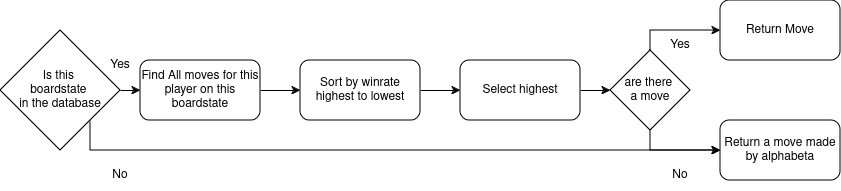
Earlier version of the draw.io export CheckersDatabase/FlowchartoverMoveAfDatabase.drawio.png (akmun23/Autonome_Robotter). Source tidied: cells renumbered, new cells last; positions are measured from the earlier drawing's top-left corner, leaving out a move shared by most shapes.
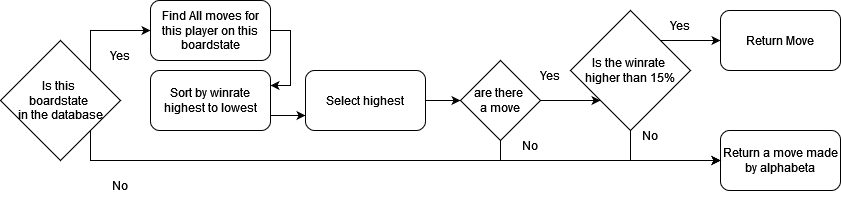
The same file after the commit.

What changed in the source:
```diff
@@ -2,32 +2,32 @@
   <root>
     <mxCell id="0" />
     <mxCell id="1" parent="0" />
-    <mxCell id="2" style="edgeStyle=orthogonalEdgeStyle;rounded=0;jettySize=auto;html=1;exitX=1;exitY=0.5;exitDx=0;exitDy=0;entryX=0;entryY=0.5;entryDx=0;entryDy=0;" parent="1" edge="1" source="3" target="5">
+    <mxCell id="2" style="edgeStyle=orthogonalEdgeStyle;rounded=0;jettySize=auto;html=1;exitX=1;exitY=0.5;exitDx=0;exitDy=0;entryX=1;entryY=0.25;entryDx=0;entryDy=0;" parent="1" edge="1" source="3" target="5">
       <mxGeometry relative="1" as="geometry" />
     </mxCell>
     <mxCell id="3" value="Find All moves for this player on this boardstate" style="rounded=1;whiteSpace=wrap;html=1;" parent="1" vertex="1">
-      <mxGeometry x="140" y="60" width="120" height="60" as="geometry" />
+      <mxGeometry x="150" y="-10" width="120" height="60" as="geometry" />
     </mxCell>
-    <mxCell id="4" style="edgeStyle=orthogonalEdgeStyle;rounded=0;jettySize=auto;html=1;exitX=1;exitY=0.5;exitDx=0;exitDy=0;entryX=0;entryY=0.5;entryDx=0;entryDy=0;" parent="1" edge="1" source="5" target="7">
+    <mxCell id="4" style="edgeStyle=orthogonalEdgeStyle;rounded=0;jettySize=auto;html=1;exitX=1;exitY=0.75;exitDx=0;exitDy=0;entryX=0;entryY=0.75;entryDx=0;entryDy=0;" parent="1" edge="1" source="5" target="7">
       <mxGeometry relative="1" as="geometry" />
     </mxCell>
     <mxCell id="5" value="Sort by winrate highest to lowest" style="rounded=1;whiteSpace=wrap;html=1;" parent="1" vertex="1">
-      <mxGeometry x="300" y="60" width="120" height="60" as="geometry" />
+      <mxGeometry x="150" y="60" width="120" height="60" as="geometry" />
     </mxCell>
     <mxCell id="6" style="edgeStyle=orthogonalEdgeStyle;rounded=0;jettySize=auto;html=1;exitX=1;exitY=0.5;exitDx=0;exitDy=0;entryX=0;entryY=0.5;entryDx=0;entryDy=0;" parent="1" edge="1" source="7" target="10">
       <mxGeometry relative="1" as="geometry" />
     </mxCell>
     <mxCell id="7" value="Select highest" style="rounded=1;whiteSpace=wrap;html=1;" parent="1" vertex="1">
-      <mxGeometry x="460" y="60" width="120" height="60" as="geometry" />
+      <mxGeometry x="305" y="60" width="120" height="60" as="geometry" />
     </mxCell>
-    <mxCell id="8" style="edgeStyle=orthogonalEdgeStyle;rounded=0;jettySize=auto;html=1;exitX=0.5;exitY=0;exitDx=0;exitDy=0;entryX=0;entryY=0.5;entryDx=0;entryDy=0;" parent="1" edge="1" source="10" target="11">
+    <mxCell id="8" style="edgeStyle=orthogonalEdgeStyle;rounded=0;jettySize=auto;html=1;exitX=1;exitY=0.5;exitDx=0;exitDy=0;entryX=0;entryY=1;entryDx=0;entryDy=0;" parent="1" edge="1" source="10" target="22">
       <mxGeometry relative="1" as="geometry" />
     </mxCell>
     <mxCell id="9" style="edgeStyle=orthogonalEdgeStyle;rounded=0;jettySize=auto;html=1;exitX=0.5;exitY=1;exitDx=0;exitDy=0;entryX=0;entryY=0.5;entryDx=0;entryDy=0;" parent="1" edge="1" source="10" target="12">
       <mxGeometry relative="1" as="geometry" />
     </mxCell>
     <mxCell id="10" value="&lt;div&gt;are there&amp;nbsp;&lt;/div&gt;&lt;div&gt;a move&lt;/div&gt;" style="rhombus;whiteSpace=wrap;html=1;" parent="1" vertex="1">
-      <mxGeometry x="610" y="50" width="80" height="80" as="geometry" />
+      <mxGeometry x="460" y="50" width="80" height="80" as="geometry" />
     </mxCell>
     <mxCell id="11" value="Return Move" style="rounded=1;whiteSpace=wrap;html=1;" parent="1" vertex="1">
       <mxGeometry x="720" width="120" height="60" as="geometry" />
@@ -35,8 +35,12 @@
     <mxCell id="12" value="Return a move made by alphabeta" style="rounded=1;whiteSpace=wrap;html=1;" parent="1" vertex="1">
       <mxGeometry x="720" y="120" width="120" height="60" as="geometry" />
     </mxCell>
-    <mxCell id="13" style="edgeStyle=orthogonalEdgeStyle;rounded=0;jettySize=auto;html=1;exitX=1;exitY=0.5;exitDx=0;exitDy=0;entryX=0;entryY=0.5;entryDx=0;entryDy=0;" parent="1" edge="1" source="15" target="3">
-      <mxGeometry relative="1" as="geometry" />
+    <mxCell id="13" style="edgeStyle=orthogonalEdgeStyle;rounded=0;jettySize=auto;html=1;exitX=1;exitY=0;exitDx=0;exitDy=0;entryX=0;entryY=0.5;entryDx=0;entryDy=0;" parent="1" edge="1" source="15" target="3">
+      <mxGeometry relative="1" as="geometry">
+        <Array as="points">
+          <mxPoint x="90" y="20" />
+        </Array>
+      </mxGeometry>
     </mxCell>
     <mxCell id="14" style="edgeStyle=orthogonalEdgeStyle;rounded=0;jettySize=auto;html=1;exitX=1;exitY=1;exitDx=0;exitDy=0;entryX=0;entryY=0.5;entryDx=0;entryDy=0;" parent="1" edge="1" source="15" target="12">
       <mxGeometry relative="1" as="geometry">
@@ -49,16 +53,31 @@
       <mxGeometry y="30" width="120" height="120" as="geometry" />
     </mxCell>
     <mxCell id="16" value="Yes" style="text;html=1;align=center;verticalAlign=middle;whiteSpace=wrap;rounded=0;" parent="1" vertex="1">
-      <mxGeometry x="90" y="50" width="60" height="30" as="geometry" />
+      <mxGeometry x="90" y="30" width="60" height="30" as="geometry" />
     </mxCell>
     <mxCell id="17" value="No" style="text;html=1;align=center;verticalAlign=middle;whiteSpace=wrap;rounded=0;" parent="1" vertex="1">
       <mxGeometry x="90" y="160" width="60" height="30" as="geometry" />
     </mxCell>
     <mxCell id="18" value="No" style="text;html=1;align=center;verticalAlign=middle;whiteSpace=wrap;rounded=0;" parent="1" vertex="1">
-      <mxGeometry x="650" y="160" width="60" height="30" as="geometry" />
+      <mxGeometry x="500" y="120" width="60" height="30" as="geometry" />
     </mxCell>
     <mxCell id="19" value="Yes" style="text;html=1;align=center;verticalAlign=middle;whiteSpace=wrap;rounded=0;" parent="1" vertex="1">
-      <mxGeometry x="650" y="30" width="60" height="30" as="geometry" />
+      <mxGeometry x="520" y="50" width="60" height="30" as="geometry" />
     </mxCell>
+    <mxCell id="20" style="edgeStyle=orthogonalEdgeStyle;rounded=0;jettySize=auto;html=1;exitX=0.5;exitY=1;exitDx=0;exitDy=0;entryX=0;entryY=0.5;entryDx=0;entryDy=0;" parent="1" edge="1" source="22" target="12">
+      <mxGeometry relative="1" as="geometry" />
+    </mxCell>
+    <mxCell id="21" style="edgeStyle=orthogonalEdgeStyle;rounded=0;jettySize=auto;html=1;exitX=1;exitY=0;exitDx=0;exitDy=0;entryX=0;entryY=0.5;entryDx=0;entryDy=0;" parent="1" edge="1" source="22" target="11">
+      <mxGeometry relative="1" as="geometry" />
+    </mxCell>
+    <mxCell id="22" value="&lt;div&gt;Is the winrate&amp;nbsp;&lt;/div&gt;&lt;div&gt;higher than 15%&lt;/div&gt;" style="rhombus;whiteSpace=wrap;html=1;" parent="1" vertex="1">
+      <mxGeometry x="570" width="120" height="120" as="geometry" />
+    </mxCell>
+    <mxCell id="23" value="No" style="text;html=1;align=center;verticalAlign=middle;whiteSpace=wrap;rounded=0;" parent="1" vertex="1">
+      <mxGeometry x="620" y="110" width="60" height="30" as="geometry" />
+    </mxCell>
+    <mxCell id="24" value="Yes" style="text;html=1;align=center;verticalAlign=middle;whiteSpace=wrap;rounded=0;" parent="1" vertex="1">
+      <mxGeometry x="650" width="60" height="30" as="geometry" />
+    </mxCell>
   </root>
 </mxGraphModel>
```
